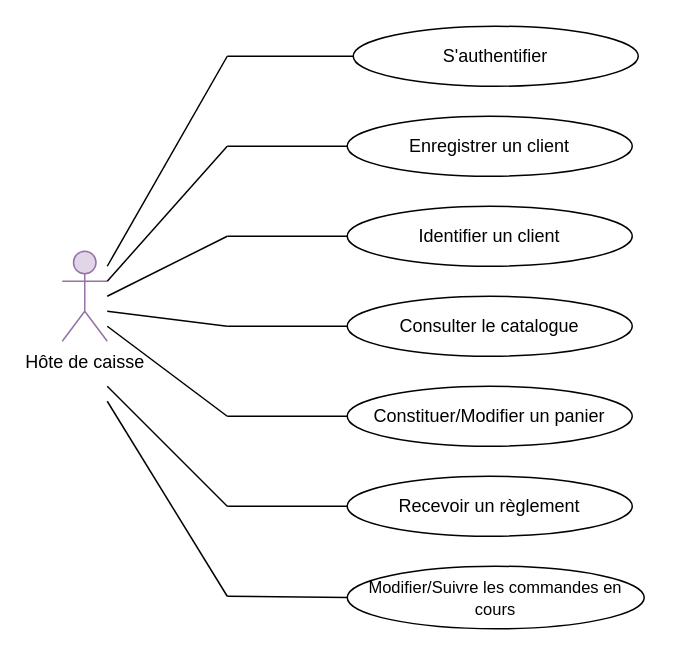
This is Hote de caisse.drawio from OMorlotti/P4-analyser-les-besoin-de-mon-client-pour-son-groupe-de-pizzerias, a draw.io file, before an edit. Source tidied: cells renumbered, new cells numbered last; positions are measured from the earlier drawing's top-left corner, leaving out a move shared by most shapes. Both pictures are drawn from the tidied source at 150%, with x=0, y=0 at pixel (62, 26).
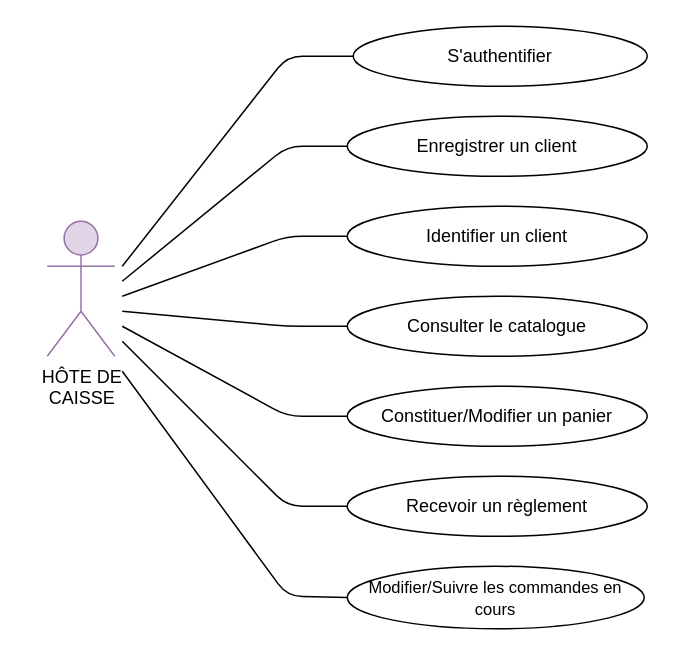
After the change.

The change refers to these unchanged cells:
```xml
<mxCell id="7" value="&lt;font style=&quot;font-size: 11px&quot;&gt;Modifier/Suivre les commandes en cours&lt;/font&gt;" style="ellipse;whiteSpace=wrap;html=1;" parent="1" vertex="1">
  <mxGeometry x="190" y="360" width="198" height="41.7" as="geometry" />
</mxCell>
```

Change to the diagram source:
```diff
@@
-    <mxCell id="2" value="Hôte de caisse" style="shape=umlActor;verticalLabelPosition=bottom;labelBackgroundColor=#ffffff;verticalAlign=top;html=1;outlineConnect=0;fillColor=#e1d5e7;strokeColor=#9673a6;" parent="1" vertex="1">
-      <mxGeometry y="150" width="30" height="60" as="geometry" />
+    <mxCell id="2" value="HÔTE DE&lt;br&gt;CAISSE" style="shape=umlActor;verticalLabelPosition=bottom;labelBackgroundColor=#ffffff;verticalAlign=top;html=1;outlineConnect=0;fillColor=#e1d5e7;strokeColor=#9673a6;" parent="1" vertex="1">
+      <mxGeometry x="-10" y="130" width="45" height="90" as="geometry" />
     </mxCell>
     <mxCell id="3" value="Identifier un client" style="ellipse;whiteSpace=wrap;html=1;" parent="1" vertex="1">
-      <mxGeometry x="190" y="120" width="190" height="40" as="geometry" />
+      <mxGeometry x="190" y="120" width="200" height="40" as="geometry" />
     </mxCell>
     <mxCell id="4" value="Constituer/Modifier un panier" style="ellipse;whiteSpace=wrap;html=1;" parent="1" vertex="1">
-      <mxGeometry x="190" y="240" width="190" height="40" as="geometry" />
+      <mxGeometry x="190" y="240" width="200" height="40" as="geometry" />
     </mxCell>
     <mxCell id="5" value="Consulter le catalogue" style="ellipse;whiteSpace=wrap;html=1;" parent="1" vertex="1">
-      <mxGeometry x="190" y="180" width="190" height="40" as="geometry" />
+      <mxGeometry x="190" y="180" width="200" height="40" as="geometry" />
     </mxCell>
     <mxCell id="6" value="Recevoir un règlement" style="ellipse;whiteSpace=wrap;html=1;" parent="1" vertex="1">
-      <mxGeometry x="190" y="300" width="190" height="40" as="geometry" />
+      <mxGeometry x="190" y="300" width="200" height="40" as="geometry" />
     </mxCell>
@@
-    <mxCell id="8" style="endArrow=none;html=1;entryX=0;entryY=0.5;entryDx=0;entryDy=0;" parent="1" edge="1" target="18">
-      <mxGeometry relative="1" as="geometry">
-        <mxPoint x="110" y="20" as="sourcePoint" />
-      </mxGeometry>
-    </mxCell>
-    <mxCell id="9" style="endArrow=none;html=1;entryX=0;entryY=0.5;entryDx=0;entryDy=0;" parent="1" edge="1" target="19">
-      <mxGeometry relative="1" as="geometry">
-        <mxPoint x="110" y="80" as="sourcePoint" />
-      </mxGeometry>
-    </mxCell>
-    <mxCell id="10" style="endArrow=none;html=1;exitX=0;exitY=0.5;exitDx=0;exitDy=0;" parent="1" edge="1" source="3">
-      <mxGeometry relative="1" as="geometry">
-        <mxPoint x="110" y="140" as="targetPoint" />
-      </mxGeometry>
-    </mxCell>
-    <mxCell id="11" style="endArrow=none;html=1;entryX=0;entryY=0.5;entryDx=0;entryDy=0;" parent="1" edge="1" target="5">
-      <mxGeometry relative="1" as="geometry">
-        <mxPoint x="110" y="200" as="sourcePoint" />
-      </mxGeometry>
-    </mxCell>
-    <mxCell id="12" style="endArrow=none;html=1;exitX=0;exitY=0.5;exitDx=0;exitDy=0;" parent="1" edge="1" source="4">
-      <mxGeometry relative="1" as="geometry">
-        <mxPoint x="110" y="260" as="targetPoint" />
-      </mxGeometry>
-    </mxCell>
-    <mxCell id="13" style="endArrow=none;html=1;" parent="1" edge="1">
-      <mxGeometry relative="1" as="geometry">
-        <mxPoint x="110" y="20" as="sourcePoint" />
-        <mxPoint x="30" y="160" as="targetPoint" />
-      </mxGeometry>
-    </mxCell>
-    <mxCell id="14" style="endArrow=none;html=1;exitX=1;exitY=0.3333333333333333;exitDx=0;exitDy=0;exitPerimeter=0;" parent="1" edge="1" source="2">
-      <mxGeometry relative="1" as="geometry">
-        <mxPoint x="110" y="80" as="targetPoint" />
-      </mxGeometry>
-    </mxCell>
-    <mxCell id="15" style="endArrow=none;html=1;" parent="1" edge="1">
-      <mxGeometry relative="1" as="geometry">
-        <mxPoint x="110" y="140" as="sourcePoint" />
-        <mxPoint x="30" y="180" as="targetPoint" />
-      </mxGeometry>
-    </mxCell>
-    <mxCell id="16" style="endArrow=none;html=1;" parent="1" edge="1">
-      <mxGeometry relative="1" as="geometry">
-        <mxPoint x="30" y="190" as="sourcePoint" />
-        <mxPoint x="110" y="200" as="targetPoint" />
-      </mxGeometry>
-    </mxCell>
-    <mxCell id="17" style="endArrow=none;html=1;" parent="1" edge="1">
-      <mxGeometry relative="1" as="geometry">
-        <mxPoint x="30" y="200" as="sourcePoint" />
-        <mxPoint x="110" y="260" as="targetPoint" />
-      </mxGeometry>
-    </mxCell>
     <mxCell id="18" value="S'authentifier" style="ellipse;whiteSpace=wrap;html=1;" parent="1" vertex="1">
-      <mxGeometry x="194" width="190" height="40" as="geometry" />
+      <mxGeometry x="194" width="196" height="40" as="geometry" />
     </mxCell>
     <mxCell id="19" value="Enregistrer un client" style="ellipse;whiteSpace=wrap;html=1;" parent="1" vertex="1">
-      <mxGeometry x="190" y="60" width="190" height="40" as="geometry" />
+      <mxGeometry x="190" y="60" width="200" height="40" as="geometry" />
     </mxCell>
-    <mxCell id="20" style="endArrow=none;html=1;" parent="1" edge="1">
-      <mxGeometry relative="1" as="geometry">
-        <mxPoint x="110" y="320" as="sourcePoint" />
-        <mxPoint x="30" y="240" as="targetPoint" />
-      </mxGeometry>
-    </mxCell>
-    <mxCell id="21" style="endArrow=none;html=1;exitX=0;exitY=0.5;exitDx=0;exitDy=0;" parent="1" edge="1" source="6">
-      <mxGeometry relative="1" as="geometry">
-        <mxPoint x="110" y="320" as="targetPoint" />
-      </mxGeometry>
-    </mxCell>
-    <mxCell id="22" style="endArrow=none;html=1;" parent="1" edge="1">
-      <mxGeometry relative="1" as="geometry">
-        <mxPoint x="110" y="380" as="sourcePoint" />
-        <mxPoint x="30" y="250" as="targetPoint" />
-      </mxGeometry>
-    </mxCell>
-    <mxCell id="23" style="endArrow=none;html=1;exitX=0;exitY=0.5;exitDx=0;exitDy=0;" parent="1" edge="1" source="7">
-      <mxGeometry relative="1" as="geometry">
-        <mxPoint x="110" y="380" as="targetPoint" />
-      </mxGeometry>
-    </mxCell>
+    <mxCell id="24" style="endArrow=none;html=1;entryX=0;entryY=0.5;entryDx=0;entryDy=0;" parent="1" edge="1" target="18">
+      <mxGeometry relative="1" as="geometry">
+        <mxPoint x="40" y="160" as="sourcePoint" />
+        <Array as="points">
+          <mxPoint x="150" y="20" />
+        </Array>
+      </mxGeometry>
+    </mxCell>
+    <mxCell id="25" style="endArrow=none;html=1;entryX=0;entryY=0.5;entryDx=0;entryDy=0;" parent="1" edge="1" target="19">
+      <mxGeometry relative="1" as="geometry">
+        <mxPoint x="40" y="170" as="sourcePoint" />
+        <Array as="points">
+          <mxPoint x="150" y="80" />
+        </Array>
+      </mxGeometry>
+    </mxCell>
+    <mxCell id="26" style="endArrow=none;html=1;entryX=0;entryY=0.5;entryDx=0;entryDy=0;" parent="1" edge="1" target="3">
+      <mxGeometry relative="1" as="geometry">
+        <mxPoint x="40" y="180" as="sourcePoint" />
+        <Array as="points">
+          <mxPoint x="150" y="140" />
+        </Array>
+      </mxGeometry>
+    </mxCell>
+    <mxCell id="27" style="endArrow=none;html=1;exitX=0;exitY=0.5;exitDx=0;exitDy=0;" parent="1" edge="1" source="4">
+      <mxGeometry relative="1" as="geometry">
+        <mxPoint x="40" y="200" as="targetPoint" />
+        <Array as="points">
+          <mxPoint x="150" y="260" />
+        </Array>
+      </mxGeometry>
+    </mxCell>
+    <mxCell id="28" style="endArrow=none;html=1;exitX=0;exitY=0.5;exitDx=0;exitDy=0;" parent="1" edge="1" source="6">
+      <mxGeometry relative="1" as="geometry">
+        <mxPoint x="40" y="210" as="targetPoint" />
+        <Array as="points">
+          <mxPoint x="150" y="320" />
+        </Array>
+      </mxGeometry>
+    </mxCell>
+    <mxCell id="29" style="endArrow=none;html=1;exitX=0;exitY=0.5;exitDx=0;exitDy=0;" parent="1" edge="1" source="7">
+      <mxGeometry relative="1" as="geometry">
+        <mxPoint x="40" y="230" as="targetPoint" />
+        <Array as="points">
+          <mxPoint x="150" y="380" />
+        </Array>
+      </mxGeometry>
+    </mxCell>
+    <mxCell id="30" style="endArrow=none;html=1;" parent="1" edge="1">
+      <mxGeometry relative="1" as="geometry">
+        <mxPoint x="190" y="200" as="sourcePoint" />
+        <mxPoint x="40" y="190" as="targetPoint" />
+        <Array as="points">
+          <mxPoint x="150" y="200" />
+        </Array>
+      </mxGeometry>
+    </mxCell>
```
